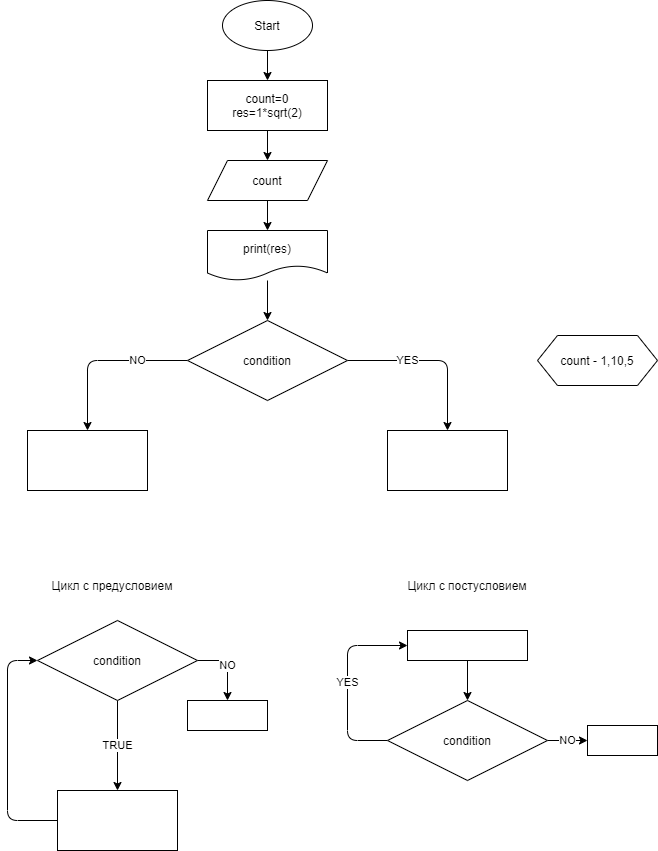
Earlier version of the draw.io export ex000.drawio.png (Svetabtr/Practice). Source tidied: cells renumbered, new cells last; positions are measured from the earlier drawing's top-left corner, leaving out a move shared by most shapes. The source it was exported from:
```xml
<mxGraphModel>
  <root>
    <mxCell id="0" />
    <mxCell id="1" parent="0" />
    <mxCell id="2" style="edgeStyle=none;html=1;" parent="1" edge="1" source="3" target="5">
      <mxGeometry relative="1" as="geometry" />
    </mxCell>
    <mxCell id="3" value="Start" style="ellipse;whiteSpace=wrap;html=1;" parent="1" vertex="1">
      <mxGeometry x="215" width="90" height="50" as="geometry" />
    </mxCell>
    <mxCell id="4" style="edgeStyle=none;html=1;" parent="1" edge="1" source="5" target="7">
      <mxGeometry relative="1" as="geometry" />
    </mxCell>
    <mxCell id="5" value="count=0&lt;br&gt;res=1*sqrt(2)" style="rounded=0;whiteSpace=wrap;html=1;" parent="1" vertex="1">
      <mxGeometry x="200" y="80" width="120" height="50" as="geometry" />
    </mxCell>
    <mxCell id="6" style="edgeStyle=none;html=1;" parent="1" edge="1" source="7" target="9">
      <mxGeometry relative="1" as="geometry" />
    </mxCell>
    <mxCell id="7" value="count" style="shape=parallelogram;perimeter=parallelogramPerimeter;whiteSpace=wrap;html=1;fixedSize=1;" parent="1" vertex="1">
      <mxGeometry x="200" y="160" width="120" height="40" as="geometry" />
    </mxCell>
    <mxCell id="8" style="edgeStyle=none;html=1;" parent="1" edge="1" source="9" target="12">
      <mxGeometry relative="1" as="geometry" />
    </mxCell>
    <mxCell id="9" value="print(res)" style="shape=document;whiteSpace=wrap;html=1;boundedLbl=1;" parent="1" vertex="1">
      <mxGeometry x="200" y="230" width="120" height="50" as="geometry" />
    </mxCell>
    <mxCell id="10" value="YES" style="edgeStyle=none;html=1;entryX=0.5;entryY=0;entryDx=0;entryDy=0;" parent="1" edge="1" source="12" target="13">
      <mxGeometry x="-0.29" relative="1" as="geometry">
        <Array as="points">
          <mxPoint x="440" y="360" />
        </Array>
      </mxGeometry>
    </mxCell>
    <mxCell id="11" value="NO" style="edgeStyle=none;html=1;entryX=0.5;entryY=0;entryDx=0;entryDy=0;" parent="1" edge="1" source="12" target="14">
      <mxGeometry x="-0.41" relative="1" as="geometry">
        <Array as="points">
          <mxPoint x="80" y="360" />
        </Array>
      </mxGeometry>
    </mxCell>
    <mxCell id="12" value="condition" style="rhombus;whiteSpace=wrap;html=1;" parent="1" vertex="1">
      <mxGeometry x="180" y="320" width="160" height="80" as="geometry" />
    </mxCell>
    <mxCell id="13" style="rounded=0;whiteSpace=wrap;html=1;" parent="1" vertex="1">
      <mxGeometry x="380" y="430" width="120" height="60" as="geometry" />
    </mxCell>
    <mxCell id="14" style="rounded=0;whiteSpace=wrap;html=1;" parent="1" vertex="1">
      <mxGeometry x="20" y="430" width="120" height="60" as="geometry" />
    </mxCell>
    <mxCell id="15" value="TRUE" style="edgeStyle=none;html=1;" parent="1" edge="1" source="17" target="19">
      <mxGeometry relative="1" as="geometry" />
    </mxCell>
    <mxCell id="16" value="NO" style="edgeStyle=none;html=1;entryX=0.5;entryY=0;entryDx=0;entryDy=0;" parent="1" edge="1" source="17" target="25">
      <mxGeometry relative="1" as="geometry">
        <Array as="points">
          <mxPoint x="220" y="660" />
        </Array>
      </mxGeometry>
    </mxCell>
    <mxCell id="17" value="condition" style="rhombus;whiteSpace=wrap;html=1;" parent="1" vertex="1">
      <mxGeometry x="30" y="620" width="160" height="80" as="geometry" />
    </mxCell>
    <mxCell id="18" style="edgeStyle=none;html=1;entryX=0;entryY=0.5;entryDx=0;entryDy=0;" parent="1" edge="1" source="19" target="17">
      <mxGeometry relative="1" as="geometry">
        <Array as="points">
          <mxPoint y="820" />
          <mxPoint y="660" />
        </Array>
      </mxGeometry>
    </mxCell>
    <mxCell id="19" style="whiteSpace=wrap;html=1;" parent="1" vertex="1">
      <mxGeometry x="50" y="790" width="120" height="60" as="geometry" />
    </mxCell>
    <mxCell id="20" value="YES" style="edgeStyle=none;html=1;entryX=0;entryY=0.5;entryDx=0;entryDy=0;" parent="1" edge="1" source="22" target="24">
      <mxGeometry relative="1" as="geometry">
        <Array as="points">
          <mxPoint x="340" y="740" />
          <mxPoint x="340" y="645" />
        </Array>
      </mxGeometry>
    </mxCell>
    <mxCell id="21" value="NO" style="edgeStyle=none;html=1;" parent="1" edge="1" source="22" target="26">
      <mxGeometry relative="1" as="geometry" />
    </mxCell>
    <mxCell id="22" value="condition" style="rhombus;whiteSpace=wrap;html=1;" parent="1" vertex="1">
      <mxGeometry x="380" y="700" width="160" height="80" as="geometry" />
    </mxCell>
    <mxCell id="23" style="edgeStyle=none;html=1;" parent="1" edge="1" source="24" target="22">
      <mxGeometry relative="1" as="geometry" />
    </mxCell>
    <mxCell id="24" style="whiteSpace=wrap;html=1;" parent="1" vertex="1">
      <mxGeometry x="400" y="630" width="120" height="30" as="geometry" />
    </mxCell>
    <mxCell id="25" style="rounded=0;whiteSpace=wrap;html=1;" parent="1" vertex="1">
      <mxGeometry x="180" y="700" width="80" height="30" as="geometry" />
    </mxCell>
    <mxCell id="26" style="whiteSpace=wrap;html=1;" parent="1" vertex="1">
      <mxGeometry x="580" y="725" width="70" height="30" as="geometry" />
    </mxCell>
    <mxCell id="27" value="count - 1,10,5" style="shape=hexagon;perimeter=hexagonPerimeter2;whiteSpace=wrap;html=1;fixedSize=1;" parent="1" vertex="1">
      <mxGeometry x="530" y="335" width="120" height="50" as="geometry" />
    </mxCell>
    <mxCell id="28" value="Цикл с предусловием" style="text;html=1;strokeColor=none;fillColor=none;align=center;verticalAlign=middle;whiteSpace=wrap;rounded=0;" parent="1" vertex="1">
      <mxGeometry x="20" y="570" width="170" height="30" as="geometry" />
    </mxCell>
    <mxCell id="29" value="Цикл с постусловием" style="text;html=1;strokeColor=none;fillColor=none;align=center;verticalAlign=middle;whiteSpace=wrap;rounded=0;" parent="1" vertex="1">
      <mxGeometry x="380" y="570" width="160" height="30" as="geometry" />
    </mxCell>
  </root>
</mxGraphModel>
```
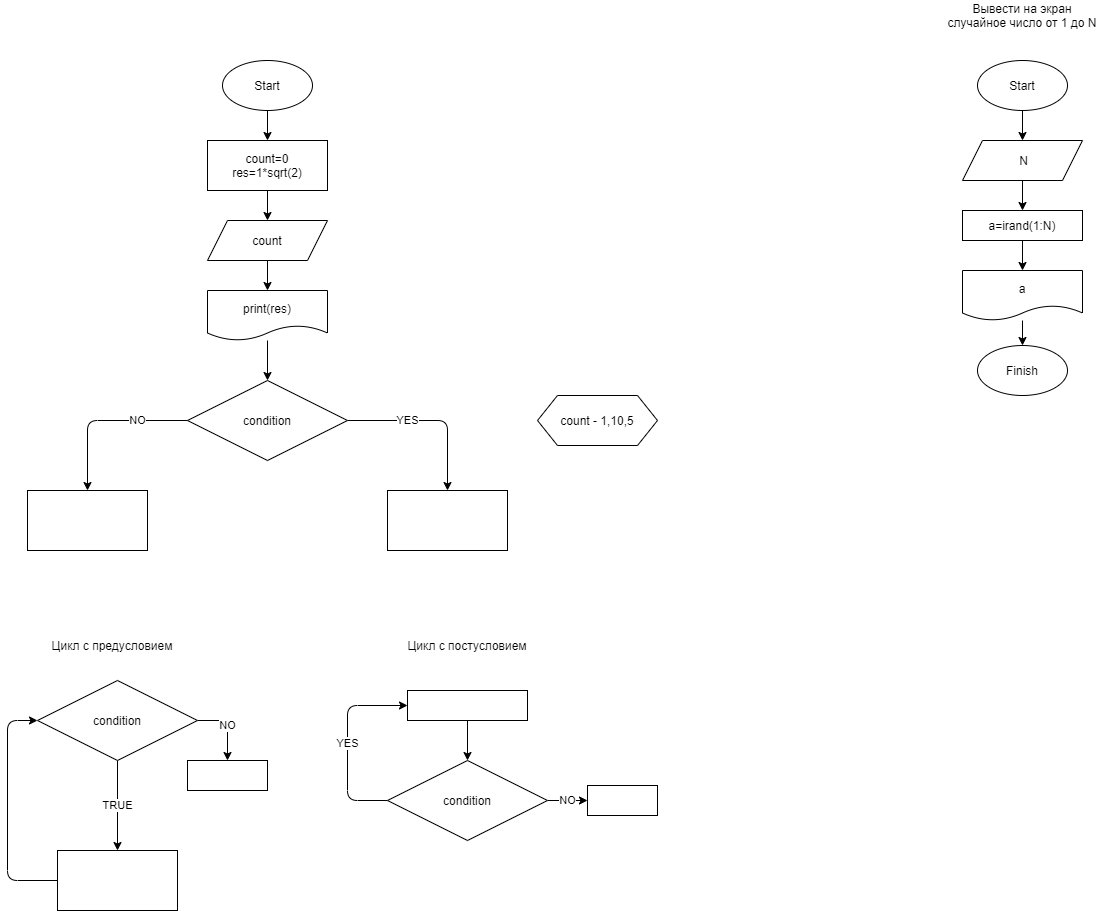
After the commit.

What changed in the source:
```diff
@@ -108,5 +108,35 @@
     <mxCell id="29" value="Цикл с постусловием" style="text;html=1;strokeColor=none;fillColor=none;align=center;verticalAlign=middle;whiteSpace=wrap;rounded=0;" parent="1" vertex="1">
       <mxGeometry x="380" y="570" width="160" height="30" as="geometry" />
     </mxCell>
+    <mxCell id="30" style="edgeStyle=none;html=1;entryX=0.5;entryY=0;entryDx=0;entryDy=0;" parent="1" edge="1" source="31" target="33">
+      <mxGeometry relative="1" as="geometry" />
+    </mxCell>
+    <mxCell id="31" value="Start" style="ellipse;whiteSpace=wrap;html=1;" parent="1" vertex="1">
+      <mxGeometry x="970" width="90" height="50" as="geometry" />
+    </mxCell>
+    <mxCell id="32" style="edgeStyle=none;html=1;" parent="1" edge="1" source="33" target="35">
+      <mxGeometry relative="1" as="geometry" />
+    </mxCell>
+    <mxCell id="33" value="&amp;nbsp;N" style="shape=parallelogram;perimeter=parallelogramPerimeter;whiteSpace=wrap;html=1;fixedSize=1;" parent="1" vertex="1">
+      <mxGeometry x="955" y="80" width="120" height="40" as="geometry" />
+    </mxCell>
+    <mxCell id="34" style="edgeStyle=none;html=1;" parent="1" edge="1" source="35" target="37">
+      <mxGeometry relative="1" as="geometry" />
+    </mxCell>
+    <mxCell id="35" value="a=irand(1:N)" style="rounded=0;whiteSpace=wrap;html=1;" parent="1" vertex="1">
+      <mxGeometry x="955" y="150" width="120" height="30" as="geometry" />
+    </mxCell>
+    <mxCell id="36" style="edgeStyle=none;html=1;" parent="1" edge="1" source="37" target="38">
+      <mxGeometry relative="1" as="geometry" />
+    </mxCell>
+    <mxCell id="37" value="a" style="shape=document;whiteSpace=wrap;html=1;boundedLbl=1;" parent="1" vertex="1">
+      <mxGeometry x="955" y="210" width="120" height="50" as="geometry" />
+    </mxCell>
+    <mxCell id="38" value="Finish" style="ellipse;whiteSpace=wrap;html=1;" parent="1" vertex="1">
+      <mxGeometry x="970" y="285" width="90" height="50" as="geometry" />
+    </mxCell>
+    <mxCell id="39" value="Вывести на экран случайное число от 1 до N" style="text;html=1;strokeColor=none;fillColor=none;align=center;verticalAlign=middle;whiteSpace=wrap;rounded=0;" parent="1" vertex="1">
+      <mxGeometry x="935" y="-60" width="160" height="30" as="geometry" />
+    </mxCell>
   </root>
 </mxGraphModel>
```
